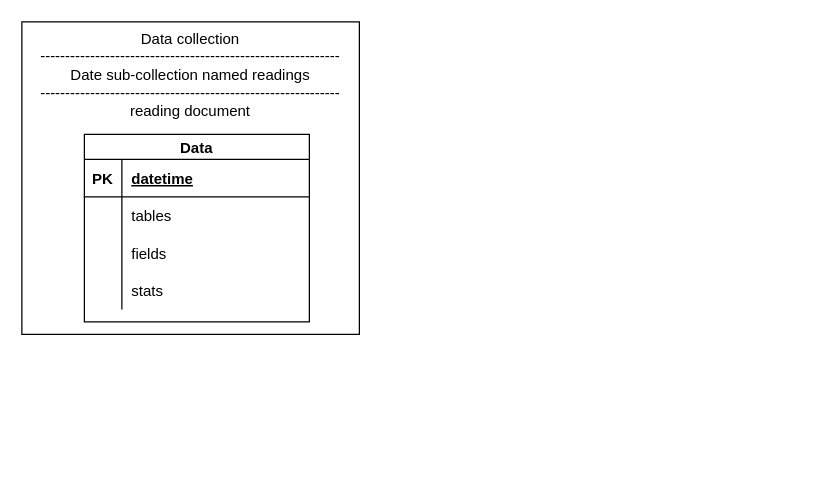
Above: schema.drawio in devnev39/sldc-live (draw.io), before the change. Source tidied: cells renumbered, new cells numbered last; positions are measured from the earlier drawing's top-left corner, leaving out a move shared by most shapes. Both pictures are drawn from the tidied source at 125%, with x=0, y=0 at pixel (21, 21).
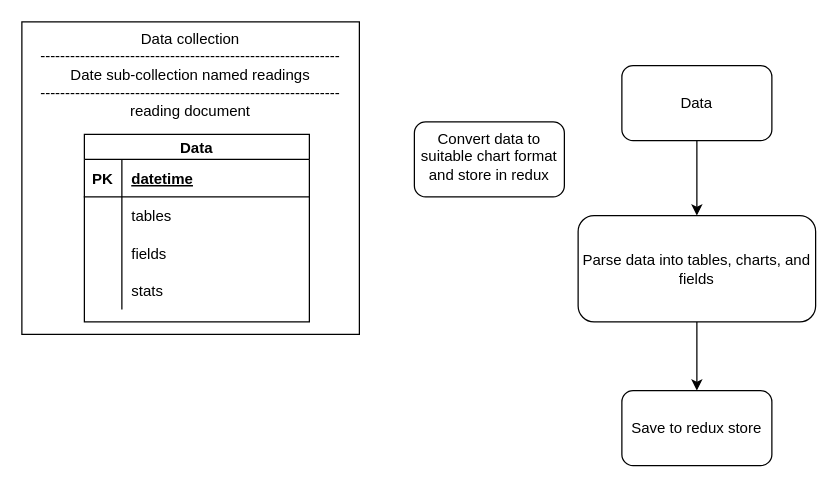
The same page after the edit.

Diff of the diagram source:
```diff
@@
+    <mxCell id="17" value="Convert data to suitable chart format and store in redux" style="rounded=1;whiteSpace=wrap;html=1;verticalAlign=top;" parent="1" vertex="1">
+      <mxGeometry x="314" y="80" width="120" height="60" as="geometry" />
+    </mxCell>
+    <mxCell id="18" style="edgeStyle=none;html=1;" parent="1" edge="1" source="19" target="21">
+      <mxGeometry relative="1" as="geometry" />
+    </mxCell>
+    <mxCell id="19" value="Data" style="rounded=1;whiteSpace=wrap;html=1;" parent="1" vertex="1">
+      <mxGeometry x="480" y="35" width="120" height="60" as="geometry" />
+    </mxCell>
+    <mxCell id="20" style="edgeStyle=none;html=1;" parent="1" edge="1" source="21" target="22">
+      <mxGeometry relative="1" as="geometry" />
+    </mxCell>
+    <mxCell id="21" value="Parse data into tables, charts, and fields" style="rounded=1;whiteSpace=wrap;html=1;" parent="1" vertex="1">
+      <mxGeometry x="445" y="155" width="190" height="85" as="geometry" />
+    </mxCell>
+    <mxCell id="22" value="Save to redux store" style="rounded=1;whiteSpace=wrap;html=1;" parent="1" vertex="1">
+      <mxGeometry x="480" y="295" width="120" height="60" as="geometry" />
+    </mxCell>
```
